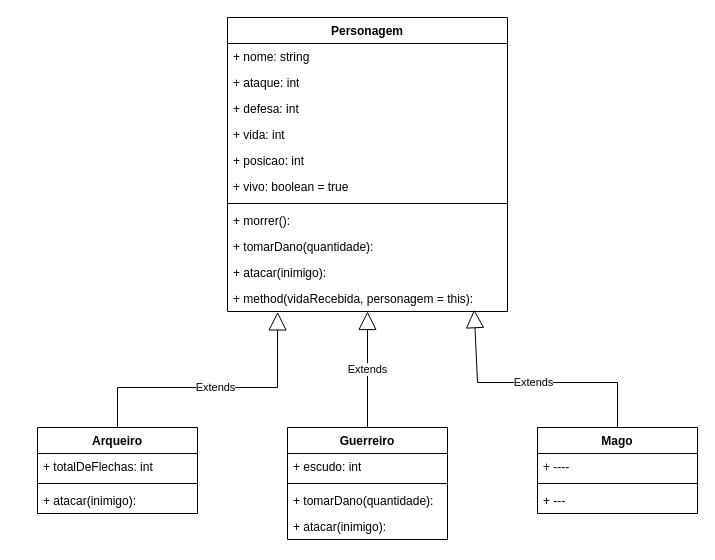
Earlier version of the draw.io diagram aulas/aula10/jogo-rpg.drawio (aeciobrito/Logica-Programacao-Senac). Source tidied: cells renumbered, new cells numbered last; positions are measured from the earlier drawing's top-left corner, leaving out a move shared by most shapes. Both pictures are drawn from the tidied source at 100%, with x=0, y=0 at pixel (37, 17).
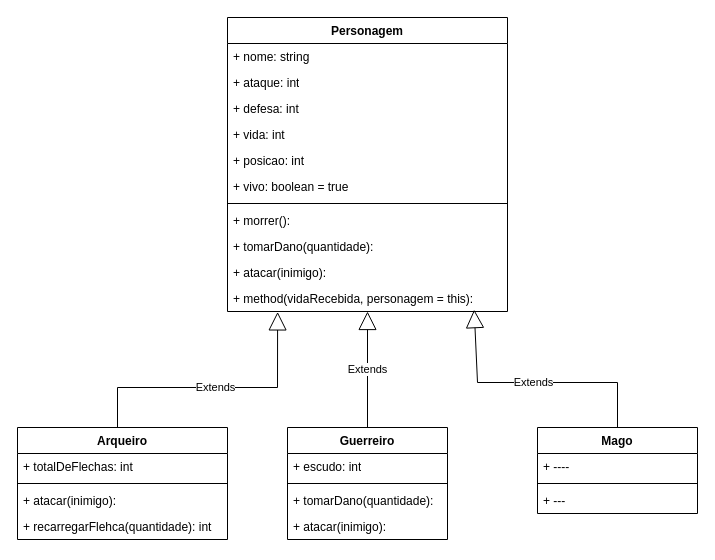
After the change.

Commit message (it also covers changes not shown here):
Aula 10 - Recarregar flechas arqueiro

What changed in the source:
```diff
@@
     <mxCell id="14" value="Arqueiro" style="swimlane;fontStyle=1;align=center;verticalAlign=top;horizontal=1;startSize=26;whiteSpace=wrap;html=1;" parent="1" vertex="1">
-      <mxGeometry y="410" width="160" height="86" as="geometry" />
+      <mxGeometry x="-20" y="410" width="210" height="112" as="geometry" />
     </mxCell>
     <mxCell id="15" value="+ totalDeFlechas: int" style="text;strokeColor=none;fillColor=none;align=left;verticalAlign=top;spacingLeft=4;spacingRight=4;overflow=hidden;whiteSpace=wrap;html=1;" parent="14" vertex="1">
-      <mxGeometry y="26" width="160" height="26" as="geometry" />
+      <mxGeometry y="26" width="210" height="26" as="geometry" />
     </mxCell>
     <mxCell id="16" style="line;strokeWidth=1;fillColor=none;align=left;verticalAlign=middle;spacingTop=-1;spacingLeft=3;spacingRight=3;labelPosition=right;strokeColor=inherit;" parent="14" vertex="1">
-      <mxGeometry y="52" width="160" height="8" as="geometry" />
+      <mxGeometry y="52" width="210" height="8" as="geometry" />
     </mxCell>
     <mxCell id="17" value="+ atacar(inimigo):&amp;nbsp;" style="text;strokeColor=none;fillColor=none;align=left;verticalAlign=top;spacingLeft=4;spacingRight=4;overflow=hidden;whiteSpace=wrap;html=1;" parent="14" vertex="1">
-      <mxGeometry y="60" width="160" height="26" as="geometry" />
+      <mxGeometry y="60" width="210" height="26" as="geometry" />
     </mxCell>
+    <mxCell id="30" value="+ recarregarFlehca(quantidade): int&amp;nbsp;" style="text;strokeColor=none;fillColor=none;align=left;verticalAlign=top;spacingLeft=4;spacingRight=4;overflow=hidden;whiteSpace=wrap;html=1;" parent="14" vertex="1">
+      <mxGeometry y="86" width="210" height="26" as="geometry" />
+    </mxCell>
```
